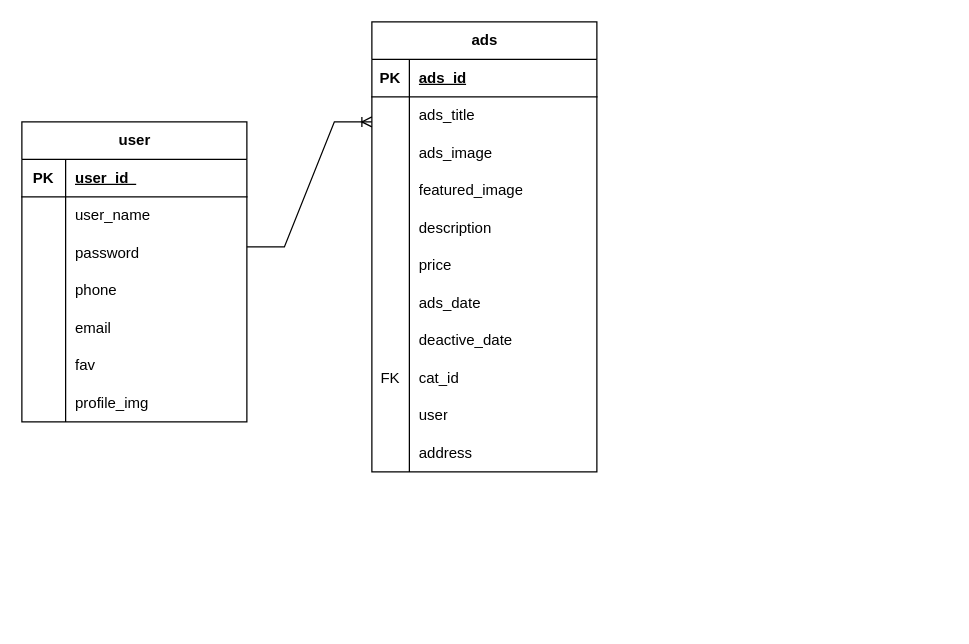
The draw.io diagram Untitled Diagram.drawio in naveen672/Syna-BuySellGo, before the edit. Source tidied: cells renumbered, new cells numbered last; positions are measured from the earlier drawing's top-left corner, leaving out a move shared by most shapes. Both pictures are drawn from the tidied source at 125%, with x=0, y=0 at pixel (21, 21).
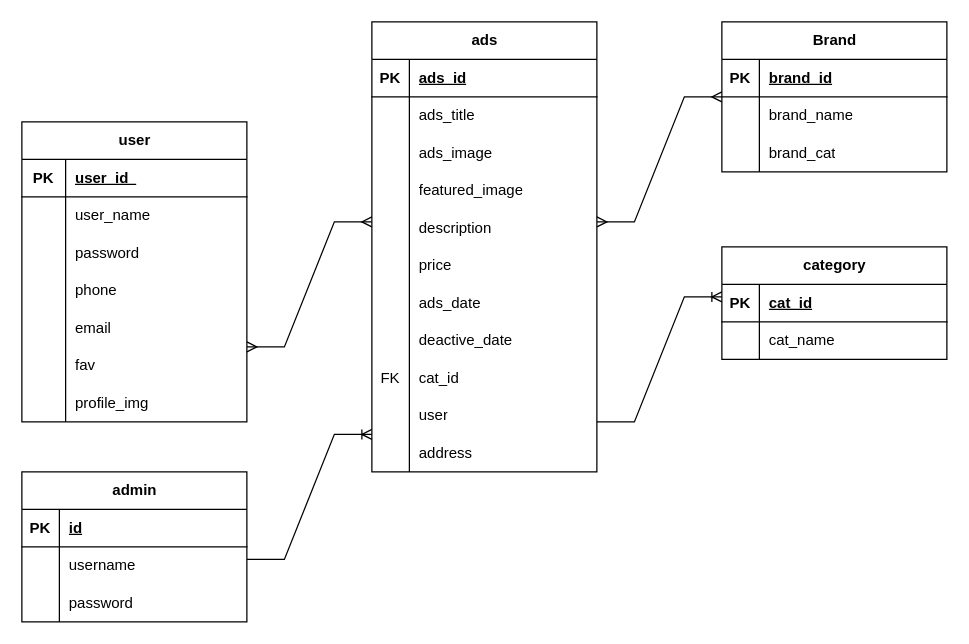
The same page after the edit.

Diff of the diagram source:
```diff
@@
-    <mxCell id="26" style="edgeStyle=entityRelationEdgeStyle;fontSize=12;html=1;endArrow=ERoneToMany;rounded=0;" parent="1" edge="1">
-      <mxGeometry relative="1" as="geometry">
-        <mxPoint x="180" y="180" as="sourcePoint" />
-        <mxPoint x="280" y="80" as="targetPoint" />
-      </mxGeometry>
-    </mxCell>
@@
+    <mxCell id="61" value="Brand" style="shape=table;startSize=30;childLayout=tableLayout;rowLines=0;fontStyle=1;align=center;html=1;" parent="1" vertex="1">
+      <mxGeometry x="560" width="180" height="120" as="geometry" />
+    </mxCell>
+    <mxCell id="62" style="shape=tableRow;horizontal=0;startSize=0;swimlaneHead=0;swimlaneBody=0;fillColor=none;top=0;left=0;right=0;bottom=1;" parent="61" vertex="1">
+      <mxGeometry y="30" width="180" height="30" as="geometry" />
+    </mxCell>
+    <mxCell id="63" value="PK" style="shape=partialRectangle;fillColor=none;top=0;left=0;bottom=0;right=0;fontStyle=1;overflow=hidden;whiteSpace=wrap;html=1;" parent="62" vertex="1">
+      <mxGeometry width="30" height="30" as="geometry" />
+    </mxCell>
+    <mxCell id="64" value="brand_id" style="shape=partialRectangle;fillColor=none;top=0;left=0;bottom=0;right=0;align=left;spacingLeft=6;fontStyle=5;overflow=hidden;whiteSpace=wrap;html=1;" parent="62" vertex="1">
+      <mxGeometry x="30" width="150" height="30" as="geometry" />
+    </mxCell>
+    <mxCell id="65" style="shape=tableRow;horizontal=0;startSize=0;swimlaneHead=0;swimlaneBody=0;fillColor=none;top=0;left=0;right=0;bottom=0;" parent="61" vertex="1">
+      <mxGeometry y="60" width="180" height="30" as="geometry" />
+    </mxCell>
+    <mxCell id="66" style="shape=partialRectangle;fillColor=none;top=0;left=0;bottom=0;right=0;overflow=hidden;whiteSpace=wrap;html=1;" parent="65" vertex="1">
+      <mxGeometry width="30" height="30" as="geometry" />
+    </mxCell>
+    <mxCell id="67" value="brand_name" style="shape=partialRectangle;fillColor=none;top=0;left=0;bottom=0;right=0;align=left;spacingLeft=6;overflow=hidden;whiteSpace=wrap;html=1;" parent="65" vertex="1">
+      <mxGeometry x="30" width="150" height="30" as="geometry" />
+    </mxCell>
+    <mxCell id="68" style="shape=tableRow;horizontal=0;startSize=0;swimlaneHead=0;swimlaneBody=0;fillColor=none;top=0;left=0;right=0;bottom=0;" parent="61" vertex="1">
+      <mxGeometry y="90" width="180" height="30" as="geometry" />
+    </mxCell>
+    <mxCell id="69" style="shape=partialRectangle;fillColor=none;top=0;left=0;bottom=0;right=0;overflow=hidden;whiteSpace=wrap;html=1;" parent="68" vertex="1">
+      <mxGeometry width="30" height="30" as="geometry" />
+    </mxCell>
+    <mxCell id="70" value="brand_cat" style="shape=partialRectangle;fillColor=none;top=0;left=0;bottom=0;right=0;align=left;spacingLeft=6;overflow=hidden;whiteSpace=wrap;html=1;" parent="68" vertex="1">
+      <mxGeometry x="30" width="150" height="30" as="geometry" />
+    </mxCell>
+    <mxCell id="71" style="edgeStyle=entityRelationEdgeStyle;fontSize=12;html=1;endArrow=ERmany;startArrow=ERmany;rounded=0;" parent="1" edge="1">
+      <mxGeometry relative="1" as="geometry">
+        <mxPoint x="460" y="160" as="sourcePoint" />
+        <mxPoint x="560" y="60" as="targetPoint" />
+      </mxGeometry>
+    </mxCell>
+    <mxCell id="72" value="category" style="shape=table;startSize=30;childLayout=tableLayout;rowLines=0;fontStyle=1;align=center;html=1;" parent="1" vertex="1">
+      <mxGeometry x="560" y="180" width="180" height="90" as="geometry" />
+    </mxCell>
+    <mxCell id="73" style="shape=tableRow;horizontal=0;startSize=0;swimlaneHead=0;swimlaneBody=0;fillColor=none;top=0;left=0;right=0;bottom=1;" parent="72" vertex="1">
+      <mxGeometry y="30" width="180" height="30" as="geometry" />
+    </mxCell>
+    <mxCell id="74" value="PK" style="shape=partialRectangle;fillColor=none;top=0;left=0;bottom=0;right=0;fontStyle=1;overflow=hidden;whiteSpace=wrap;html=1;" parent="73" vertex="1">
+      <mxGeometry width="30" height="30" as="geometry" />
+    </mxCell>
+    <mxCell id="75" value="cat_id" style="shape=partialRectangle;fillColor=none;top=0;left=0;bottom=0;right=0;align=left;spacingLeft=6;fontStyle=5;overflow=hidden;whiteSpace=wrap;html=1;" parent="73" vertex="1">
+      <mxGeometry x="30" width="150" height="30" as="geometry" />
+    </mxCell>
+    <mxCell id="76" style="shape=tableRow;horizontal=0;startSize=0;swimlaneHead=0;swimlaneBody=0;fillColor=none;top=0;left=0;right=0;bottom=0;" parent="72" vertex="1">
+      <mxGeometry y="60" width="180" height="30" as="geometry" />
+    </mxCell>
+    <mxCell id="77" style="shape=partialRectangle;fillColor=none;top=0;left=0;bottom=0;right=0;overflow=hidden;whiteSpace=wrap;html=1;" parent="76" vertex="1">
+      <mxGeometry width="30" height="30" as="geometry" />
+    </mxCell>
+    <mxCell id="78" value="cat_name" style="shape=partialRectangle;fillColor=none;top=0;left=0;bottom=0;right=0;align=left;spacingLeft=6;overflow=hidden;whiteSpace=wrap;html=1;" parent="76" vertex="1">
+      <mxGeometry x="30" width="150" height="30" as="geometry" />
+    </mxCell>
+    <mxCell id="79" style="edgeStyle=entityRelationEdgeStyle;fontSize=12;html=1;endArrow=ERoneToMany;rounded=0;" parent="1" edge="1">
+      <mxGeometry relative="1" as="geometry">
+        <mxPoint x="460" y="320" as="sourcePoint" />
+        <mxPoint x="560" y="220" as="targetPoint" />
+      </mxGeometry>
+    </mxCell>
+    <mxCell id="80" value="admin" style="shape=table;startSize=30;childLayout=tableLayout;rowLines=0;fontStyle=1;align=center;html=1;" parent="1" vertex="1">
+      <mxGeometry y="360" width="180" height="120" as="geometry" />
+    </mxCell>
+    <mxCell id="81" style="shape=tableRow;horizontal=0;startSize=0;swimlaneHead=0;swimlaneBody=0;fillColor=none;top=0;left=0;right=0;bottom=1;" parent="80" vertex="1">
+      <mxGeometry y="30" width="180" height="30" as="geometry" />
+    </mxCell>
+    <mxCell id="82" value="PK" style="shape=partialRectangle;fillColor=none;top=0;left=0;bottom=0;right=0;fontStyle=1;overflow=hidden;whiteSpace=wrap;html=1;" parent="81" vertex="1">
+      <mxGeometry width="30" height="30" as="geometry" />
+    </mxCell>
+    <mxCell id="83" value="id" style="shape=partialRectangle;fillColor=none;top=0;left=0;bottom=0;right=0;align=left;spacingLeft=6;fontStyle=5;overflow=hidden;whiteSpace=wrap;html=1;" parent="81" vertex="1">
+      <mxGeometry x="30" width="150" height="30" as="geometry" />
+    </mxCell>
+    <mxCell id="84" style="shape=tableRow;horizontal=0;startSize=0;swimlaneHead=0;swimlaneBody=0;fillColor=none;top=0;left=0;right=0;bottom=0;" parent="80" vertex="1">
+      <mxGeometry y="60" width="180" height="30" as="geometry" />
+    </mxCell>
+    <mxCell id="85" style="shape=partialRectangle;fillColor=none;top=0;left=0;bottom=0;right=0;overflow=hidden;whiteSpace=wrap;html=1;" parent="84" vertex="1">
+      <mxGeometry width="30" height="30" as="geometry" />
+    </mxCell>
+    <mxCell id="86" value="username" style="shape=partialRectangle;fillColor=none;top=0;left=0;bottom=0;right=0;align=left;spacingLeft=6;overflow=hidden;whiteSpace=wrap;html=1;" parent="84" vertex="1">
+      <mxGeometry x="30" width="150" height="30" as="geometry" />
+    </mxCell>
+    <mxCell id="87" style="shape=tableRow;horizontal=0;startSize=0;swimlaneHead=0;swimlaneBody=0;fillColor=none;top=0;left=0;right=0;bottom=0;" parent="80" vertex="1">
+      <mxGeometry y="90" width="180" height="30" as="geometry" />
+    </mxCell>
+    <mxCell id="88" style="shape=partialRectangle;fillColor=none;top=0;left=0;bottom=0;right=0;overflow=hidden;whiteSpace=wrap;html=1;" parent="87" vertex="1">
+      <mxGeometry width="30" height="30" as="geometry" />
+    </mxCell>
+    <mxCell id="89" value="password" style="shape=partialRectangle;fillColor=none;top=0;left=0;bottom=0;right=0;align=left;spacingLeft=6;overflow=hidden;whiteSpace=wrap;html=1;" parent="87" vertex="1">
+      <mxGeometry x="30" width="150" height="30" as="geometry" />
+    </mxCell>
+    <mxCell id="90" style="edgeStyle=entityRelationEdgeStyle;fontSize=12;html=1;endArrow=ERmany;startArrow=ERmany;rounded=0;" parent="1" edge="1">
+      <mxGeometry relative="1" as="geometry">
+        <mxPoint x="180" y="260" as="sourcePoint" />
+        <mxPoint x="280" y="160" as="targetPoint" />
+      </mxGeometry>
+    </mxCell>
+    <mxCell id="91" style="edgeStyle=entityRelationEdgeStyle;fontSize=12;html=1;endArrow=ERoneToMany;rounded=0;" parent="1" edge="1">
+      <mxGeometry relative="1" as="geometry">
+        <mxPoint x="180" y="430" as="sourcePoint" />
+        <mxPoint x="280" y="330" as="targetPoint" />
+      </mxGeometry>
+    </mxCell>
```
